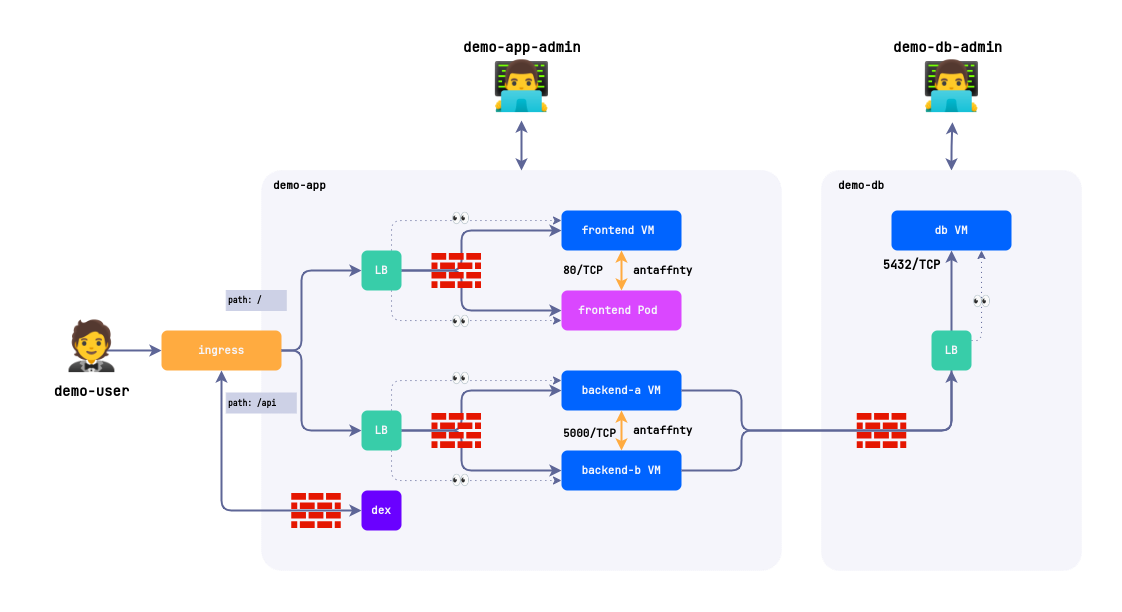
The draw.io diagram demo-app.png in fl64/dvp-demo-app, before a commit. Source tidied: cells renumbered, new cells last; positions are measured from the earlier drawing's top-left corner, leaving out a move shared by most shapes.
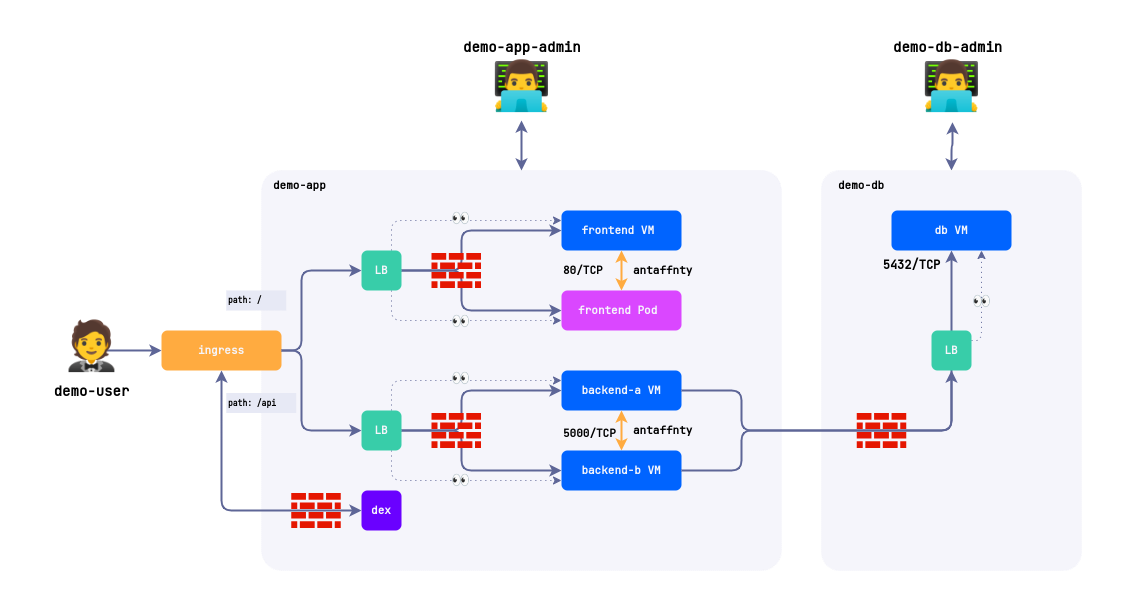
After the commit.

The edit, as a diff of the source:
```diff
@@ -120,10 +120,10 @@
     <mxCell id="29" value="backend-b VM" style="rounded=1;whiteSpace=wrap;html=1;fontFamily=JetBrains Mono;fontSource=https%3A%2F%2Ffonts.googleapis.com%2Fcss%3Ffamily%3DJetBrains%2BMono;fillColor=#0064ff;fontSize=11;strokeWidth=1;strokeColor=none;fontColor=#f5f5fb;fontStyle=1;" parent="1" vertex="1">
       <mxGeometry x="560" y="450" width="120" height="40" as="geometry" />
     </mxCell>
-    <mxCell id="30" value="&lt;font style=&quot;font-size: 8px;&quot;&gt;path: /api&lt;/font&gt;" style="text;html=1;align=left;verticalAlign=middle;strokeColor=#cdd1e6;fillColor=#cdd1e6;fontSize=8;fontFamily=JetBrains Mono;fontSource=https%3A%2F%2Ffonts.googleapis.com%2Fcss%3Ffamily%3DJetBrains%2BMono;labelBackgroundColor=none;fontStyle=1;" parent="1" vertex="1">
+    <mxCell id="30" value="&lt;font style=&quot;font-size: 8px;&quot;&gt;path: /api&lt;/font&gt;" style="text;html=1;align=left;verticalAlign=middle;strokeColor=#e7e9f;fillColor=#e7e9f5;fontSize=8;fontFamily=JetBrains Mono;fontSource=https%3A%2F%2Ffonts.googleapis.com%2Fcss%3Ffamily%3DJetBrains%2BMono;labelBackgroundColor=none;fontStyle=1;" parent="1" vertex="1">
       <mxGeometry x="224.8" y="392.5" width="70" height="20" as="geometry" />
     </mxCell>
-    <mxCell id="31" value="path: /" style="text;html=1;align=left;verticalAlign=middle;strokeColor=#cdd1e6;fillColor=#cdd1e6;fontSize=8;fontFamily=JetBrains Mono;labelBackgroundColor=none;fontSource=https%3A%2F%2Ffonts.googleapis.com%2Fcss%3Ffamily%3DJetBrains%2BMono;fontStyle=1;" parent="1" vertex="1">
+    <mxCell id="31" value="path: /" style="text;html=1;align=left;verticalAlign=middle;strokeColor=#e7e9f;fillColor=#e7e9f5;fontSize=8;fontFamily=JetBrains Mono;labelBackgroundColor=none;fontSource=https%3A%2F%2Ffonts.googleapis.com%2Fcss%3Ffamily%3DJetBrains%2BMono;fontStyle=1;" parent="1" vertex="1">
       <mxGeometry x="224.8" y="290" width="60" height="20" as="geometry" />
     </mxCell>
     <mxCell id="32" value="antaffnty" style="text;html=1;align=left;verticalAlign=middle;strokeColor=none;fillColor=none;fontSize=11;fontFamily=JetBrains Mono;fontSource=https%3A%2F%2Ffonts.googleapis.com%2Fcss%3Ffamily%3DJetBrains%2BMono;fontStyle=1;" parent="1" vertex="1">
```
